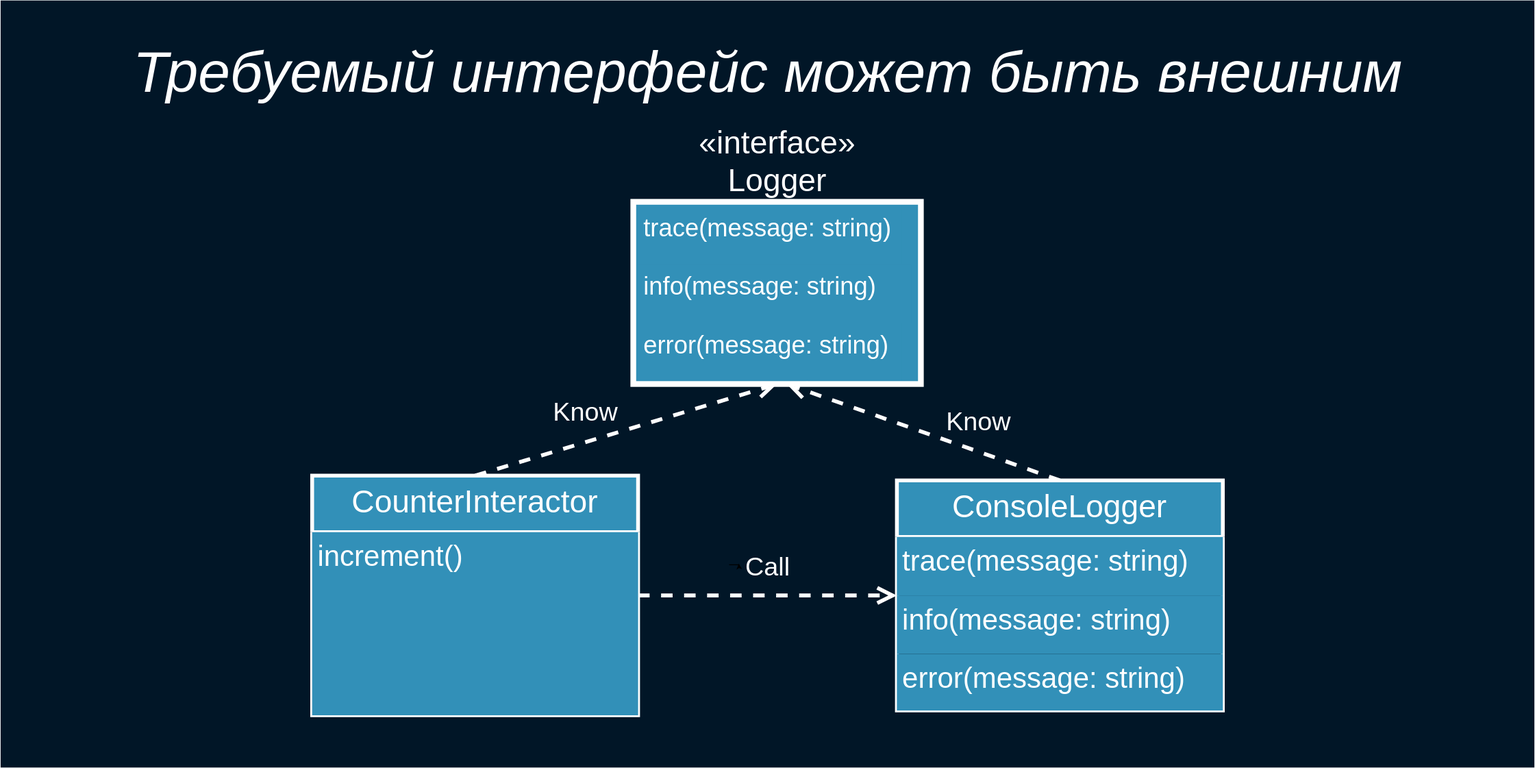
This is deck/ru/diagrams/requiredInterface2.svg from softspiders/dip-in-ca-deck, a draw.io export, as it was before one commit. Source tidied: cells renumbered, new cells last; positions are measured from the earlier drawing's top-left corner, leaving out a move shared by most shapes.
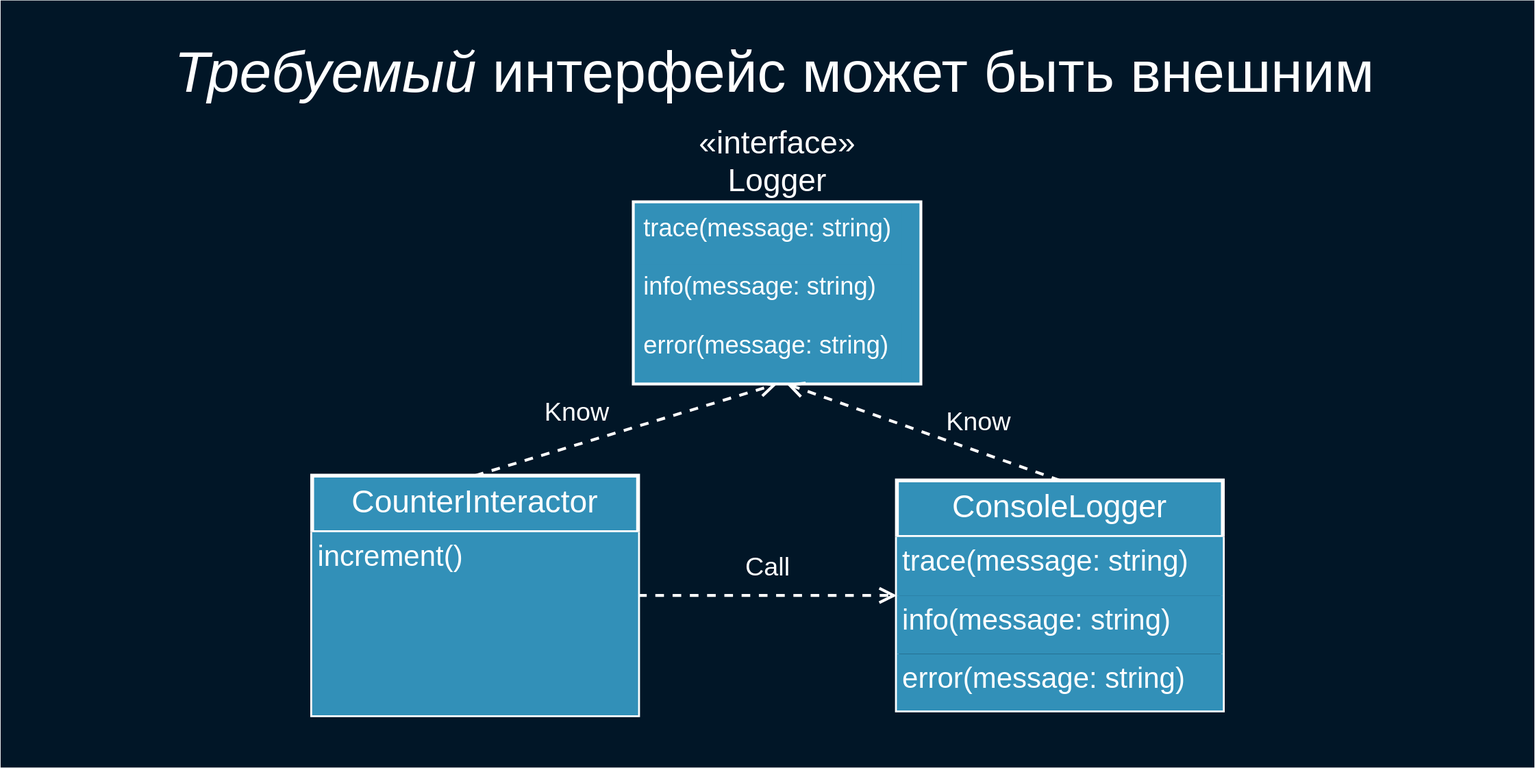
After the change.

Change to the diagram source:
```diff
@@ -5,22 +5,16 @@
     <mxCell id="2" style="rounded=0;whiteSpace=wrap;html=1;fillColor=#011627;fontSize=30;fontColor=#FFFFFF;strokeColor=none;" parent="1" vertex="1">
       <mxGeometry width="1600" height="800" as="geometry" />
     </mxCell>
-    <mxCell id="3" value="&lt;i&gt;Требуемый интерфейс может быть внешним&lt;/i&gt;" style="text;html=1;strokeColor=none;fillColor=none;align=center;verticalAlign=middle;whiteSpace=wrap;rounded=0;fontSize=60;fontColor=#FFFFFF;" parent="1" vertex="1">
-      <mxGeometry x="117.7" y="40" width="1364.5" height="70" as="geometry" />
+    <mxCell id="3" value="&lt;i&gt;Требуемый&lt;/i&gt; интерфейс может быть внешним" style="text;html=1;strokeColor=none;fillColor=none;align=center;verticalAlign=middle;whiteSpace=wrap;rounded=0;fontSize=60;fontColor=#FFFFFF;" parent="1" vertex="1">
+      <mxGeometry x="125.2" y="40" width="1364.5" height="70" as="geometry" />
     </mxCell>
-    <mxCell id="4" style="edgeStyle=orthogonalEdgeStyle;rounded=0;orthogonalLoop=1;jettySize=auto;html=1;exitX=0.5;exitY=1;exitDx=0;exitDy=0;entryX=0.553;entryY=0.974;entryDx=0;entryDy=0;entryPerimeter=0;fontSize=33;fontColor=#FFFFFF;" parent="1" edge="1">
-      <mxGeometry relative="1" as="geometry">
-        <mxPoint x="760" y="588.5" as="sourcePoint" />
-        <mxPoint x="770.1" y="588" as="targetPoint" />
-      </mxGeometry>
-    </mxCell>
-    <mxCell id="5" value="Call" style="endArrow=open;endSize=12;dashed=1;html=1;labelBackgroundColor=none;strokeColor=#FFFFFF;strokeWidth=4;fontSize=27;fontColor=#FFFFFF;entryX=0;entryY=0.5;entryDx=0;entryDy=0;exitX=1;exitY=0.5;exitDx=0;exitDy=0;" parent="1" edge="1" source="12" target="14">
+    <mxCell id="5" value="Call" style="endArrow=open;endSize=12;dashed=1;html=1;labelBackgroundColor=none;strokeColor=#FFFFFF;strokeWidth=3;fontSize=27;fontColor=#FFFFFF;entryX=0;entryY=0.5;entryDx=0;entryDy=0;exitX=1;exitY=0.5;exitDx=0;exitDy=0;" parent="1" edge="1" source="12" target="14">
       <mxGeometry y="30" relative="1" as="geometry" />
     </mxCell>
-    <mxCell id="6" value="Know" style="endArrow=open;endSize=12;dashed=1;html=1;labelBackgroundColor=none;strokeColor=#FFFFFF;strokeWidth=4;fontSize=27;fontColor=#FFFFFF;entryX=0.5;entryY=1;entryDx=0;entryDy=0;exitX=0.5;exitY=0;exitDx=0;exitDy=0;" parent="1" edge="1" source="12" target="7">
-      <mxGeometry x="-0.22" y="29" relative="1" as="geometry" />
+    <mxCell id="6" value="Know" style="endArrow=open;endSize=12;dashed=1;html=1;labelBackgroundColor=none;strokeColor=#FFFFFF;strokeWidth=3;fontSize=27;fontColor=#FFFFFF;entryX=0.5;entryY=1;entryDx=0;entryDy=0;exitX=0.5;exitY=0;exitDx=0;exitDy=0;" parent="1" edge="1" source="12" target="7">
+      <mxGeometry x="-0.27" y="32" relative="1" as="geometry" />
     </mxCell>
-    <mxCell id="7" value="«interface»&lt;br&gt;Logger" style="html=1;labelBackgroundColor=none;strokeColor=#FFFFFF;strokeWidth=6;fillColor=#3290B8;fontSize=33;fontColor=#FFFFFF;labelPosition=center;verticalLabelPosition=top;align=center;verticalAlign=bottom;" parent="1" vertex="1">
+    <mxCell id="7" value="«interface»&lt;br&gt;Logger" style="html=1;labelBackgroundColor=none;strokeColor=#FFFFFF;strokeWidth=3;fillColor=#3290B8;fontSize=33;fontColor=#FFFFFF;labelPosition=center;verticalLabelPosition=top;align=center;verticalAlign=bottom;" parent="1" vertex="1">
       <mxGeometry x="660" y="210" width="300" height="190" as="geometry" />
     </mxCell>
     <mxCell id="8" value="trace(message: string)" style="text;strokeColor=none;fillColor=#3290B8;align=left;verticalAlign=top;spacingLeft=4;spacingRight=4;overflow=hidden;fontColor=#FFFFFF;fontSize=26;labelBackgroundColor=none;" parent="1" vertex="1">
@@ -32,7 +26,7 @@
     <mxCell id="10" value="error(message: string)" style="text;strokeColor=none;fillColor=#3290B8;align=left;verticalAlign=top;spacingLeft=4;spacingRight=4;overflow=hidden;fontColor=#FFFFFF;fontSize=26;labelBackgroundColor=none;" parent="1" vertex="1">
       <mxGeometry x="665" y="336.5" width="275" height="59" as="geometry" />
     </mxCell>
-    <mxCell id="11" value="Know" style="endArrow=open;endSize=12;dashed=1;html=1;labelBackgroundColor=none;strokeColor=#FFFFFF;strokeWidth=4;fontSize=27;fontColor=#FFFFFF;exitX=0.5;exitY=0;exitDx=0;exitDy=0;" parent="1" edge="1" source="14">
+    <mxCell id="11" value="Know" style="endArrow=open;endSize=12;dashed=1;html=1;labelBackgroundColor=none;strokeColor=#FFFFFF;strokeWidth=3;fontSize=27;fontColor=#FFFFFF;exitX=0.5;exitY=0;exitDx=0;exitDy=0;" parent="1" edge="1" source="14">
       <mxGeometry x="-0.34" y="-29" relative="1" as="geometry">
         <mxPoint x="820" y="400" as="targetPoint" />
       </mxGeometry>
```
